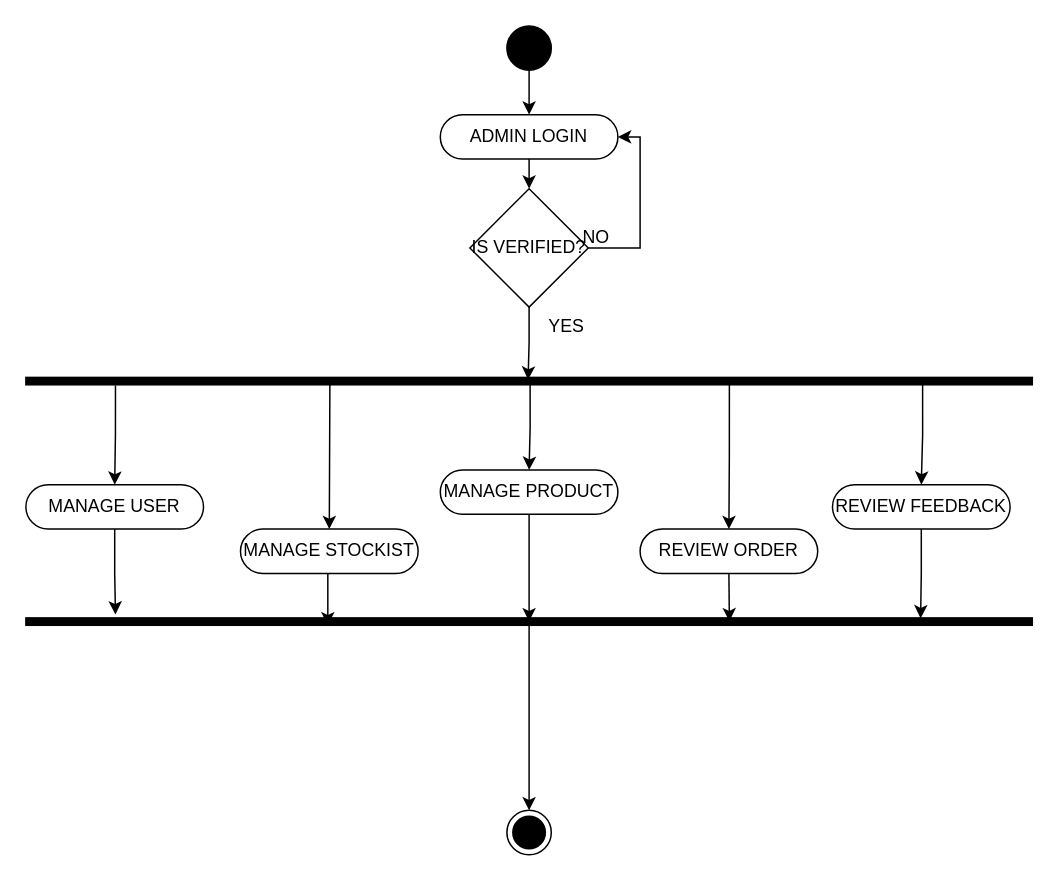
Above: page "Activity Diagram Admin" (6 of 9) of Usecase userside.drawio in panchalbhavya2210/gift_documentation (draw.io), before the change. Source tidied: cells renumbered, new cells numbered last; positions are measured from the earlier drawing's top-left corner, leaving out a move shared by most shapes. Both pictures are drawn from the tidied source at 148%, with x=0, y=0 at pixel (25, 25).
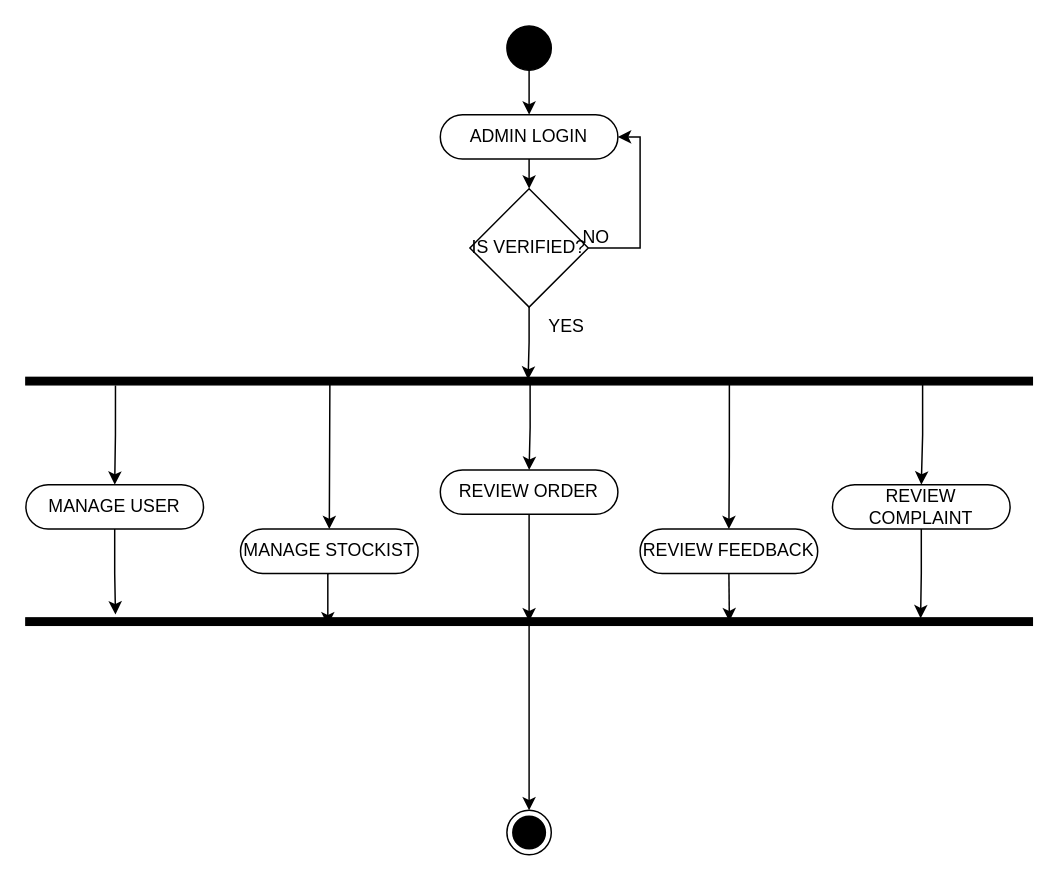
The same diagram, later.

Diff of the diagram source:
```diff
@@
-    <mxCell id="19" value="MANAGE PRODUCT" style="rounded=1;whiteSpace=wrap;html=1;arcSize=50;" parent="1" vertex="1">
+    <mxCell id="19" value="REVIEW ORDER" style="rounded=1;whiteSpace=wrap;html=1;arcSize=50;" parent="1" vertex="1">
       <mxGeometry x="280" y="300" width="120" height="30" as="geometry" />
     </mxCell>
@@
-    <mxCell id="22" value="REVIEW ORDER" style="rounded=1;whiteSpace=wrap;html=1;arcSize=50;" parent="1" vertex="1">
+    <mxCell id="22" value="REVIEW FEEDBACK" style="rounded=1;whiteSpace=wrap;html=1;arcSize=50;" parent="1" vertex="1">
       <mxGeometry x="415" y="340" width="120" height="30" as="geometry" />
     </mxCell>
@@
-    <mxCell id="25" value="REVIEW FEEDBACK" style="rounded=1;whiteSpace=wrap;html=1;arcSize=50;" parent="1" vertex="1">
+    <mxCell id="25" value="REVIEW COMPLAINT" style="rounded=1;whiteSpace=wrap;html=1;arcSize=50;" parent="1" vertex="1">
       <mxGeometry x="545" y="310" width="120" height="30" as="geometry" />
     </mxCell>
```
